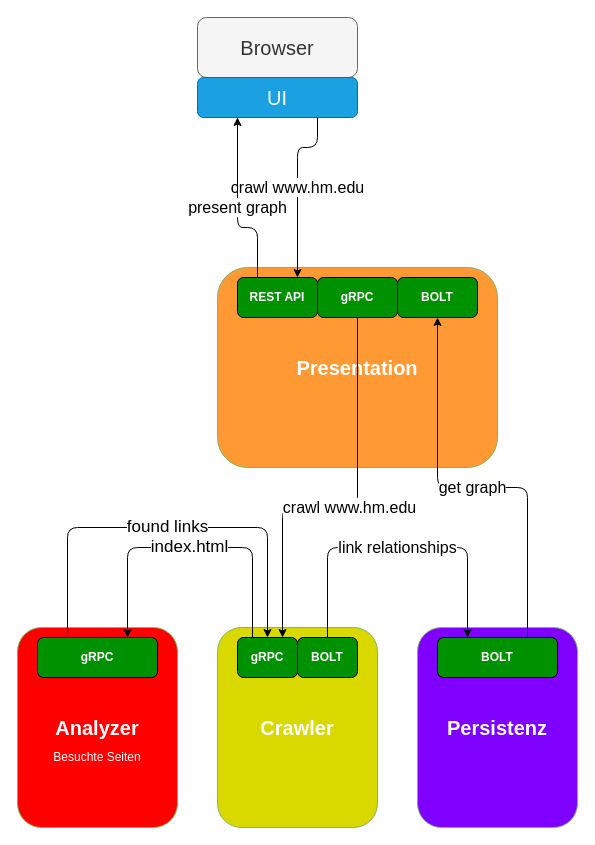
The draw.io diagram page "Page-1" (1 of 2) of Images/4Ausrufezeichen.drawio in DerAlexmeister/SherlockGopher, before the edit. Source tidied: cells renumbered, new cells numbered last; positions are measured from the earlier drawing's top-left corner, leaving out a move shared by most shapes. Both pictures are drawn from the tidied source at 100%, with x=0, y=0 at pixel (17, 17).
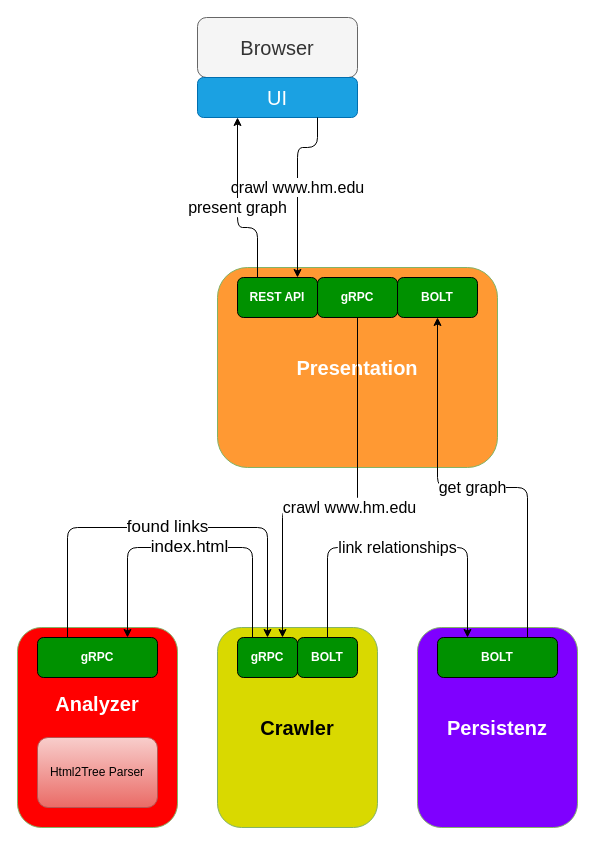
Above is the later version.

What changed in the source:
```diff
@@
-    <mxCell id="3" value="Crawler" style="rounded=1;whiteSpace=wrap;html=1;labelBackgroundColor=none;fillColor=#D9D900;strokeColor=#82b366;fontColor=#FFFFFF;fontStyle=1;fontSize=20;" parent="1" vertex="1">
+    <mxCell id="3" value="Crawler" style="rounded=1;whiteSpace=wrap;html=1;labelBackgroundColor=none;fillColor=#D9D900;strokeColor=#82b366;fontColor=#000000;fontStyle=1;fontSize=20;" parent="1" vertex="1">
       <mxGeometry x="200" y="610" width="160" height="200" as="geometry" />
     </mxCell>
@@
-    <mxCell id="6" value="Analyzer" style="rounded=1;whiteSpace=wrap;html=1;labelBackgroundColor=none;fillColor=#FF0000;strokeColor=#82b366;fontColor=#FFFFFF;fontStyle=1;fontSize=20;" parent="1" vertex="1">
+    <mxCell id="6" value="&lt;div&gt;Analyzer&lt;/div&gt;&lt;div&gt;&lt;br&gt;&lt;/div&gt;&lt;div&gt;&lt;br&gt;&lt;/div&gt;" style="rounded=1;whiteSpace=wrap;html=1;labelBackgroundColor=none;fillColor=#FF0000;strokeColor=#82b366;fontColor=#FFFFFF;fontStyle=1;fontSize=20;" parent="1" vertex="1">
       <mxGeometry y="610" width="160" height="200" as="geometry" />
     </mxCell>
@@
-    <mxCell id="16" value="Besuchte Seiten" style="text;html=1;strokeColor=none;fillColor=none;align=center;verticalAlign=middle;whiteSpace=wrap;rounded=0;labelBackgroundColor=none;fontSize=12;fontColor=#FFFFFF;" parent="1" vertex="1">
-      <mxGeometry x="20" y="730" width="120" height="20" as="geometry" />
-    </mxCell>
@@
+    <mxCell id="23" value="Html2Tree Parser" style="rounded=1;whiteSpace=wrap;html=1;fillColor=#f8cecc;strokeColor=#b85450;gradientColor=#ea6b66;fontColor=#000000;" parent="1" vertex="1">
+      <mxGeometry x="20" y="720" width="120" height="70" as="geometry" />
+    </mxCell>
```
